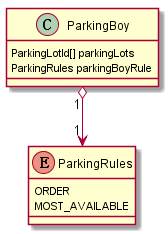
The PlantUML diagram out/design/class/config context.png in scglwsj/ddd-learning, before a commit.
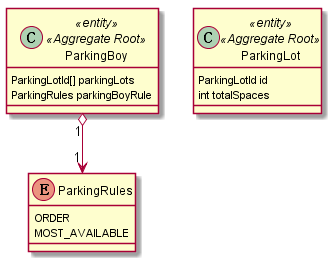
Above is the later version.

The edit, as a diff of the source:
```diff
@@ -1,7 +1,12 @@
 @startuml config context
-class ParkingBoy {
+class ParkingBoy << entity >> << Aggregate Root >> {
   ParkingLotId[] parkingLots
   ParkingRules parkingBoyRule
+}
+
+class ParkingLot << entity >> << Aggregate Root >> {
+  ParkingLotId id
+  int totalSpaces
 }
 
 enum ParkingRules {
@@ -10,5 +15,4 @@
 }
 
 ParkingBoy "1" o--> "1" ParkingRules
-
 @enduml
```
